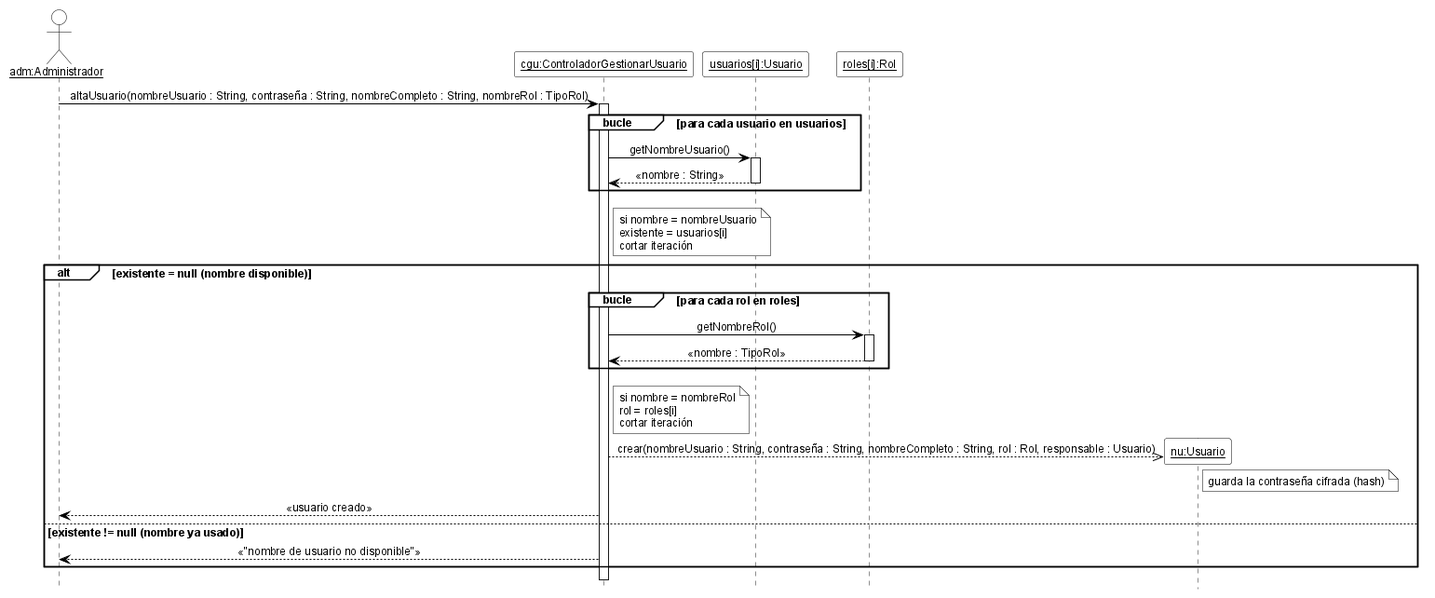
cirotop/Stock-Project keeps this PlantUML diagram as 08-Diagrama De Secuencia/DSD_CU-02_altaUsuario.png. Above is the earlier version.
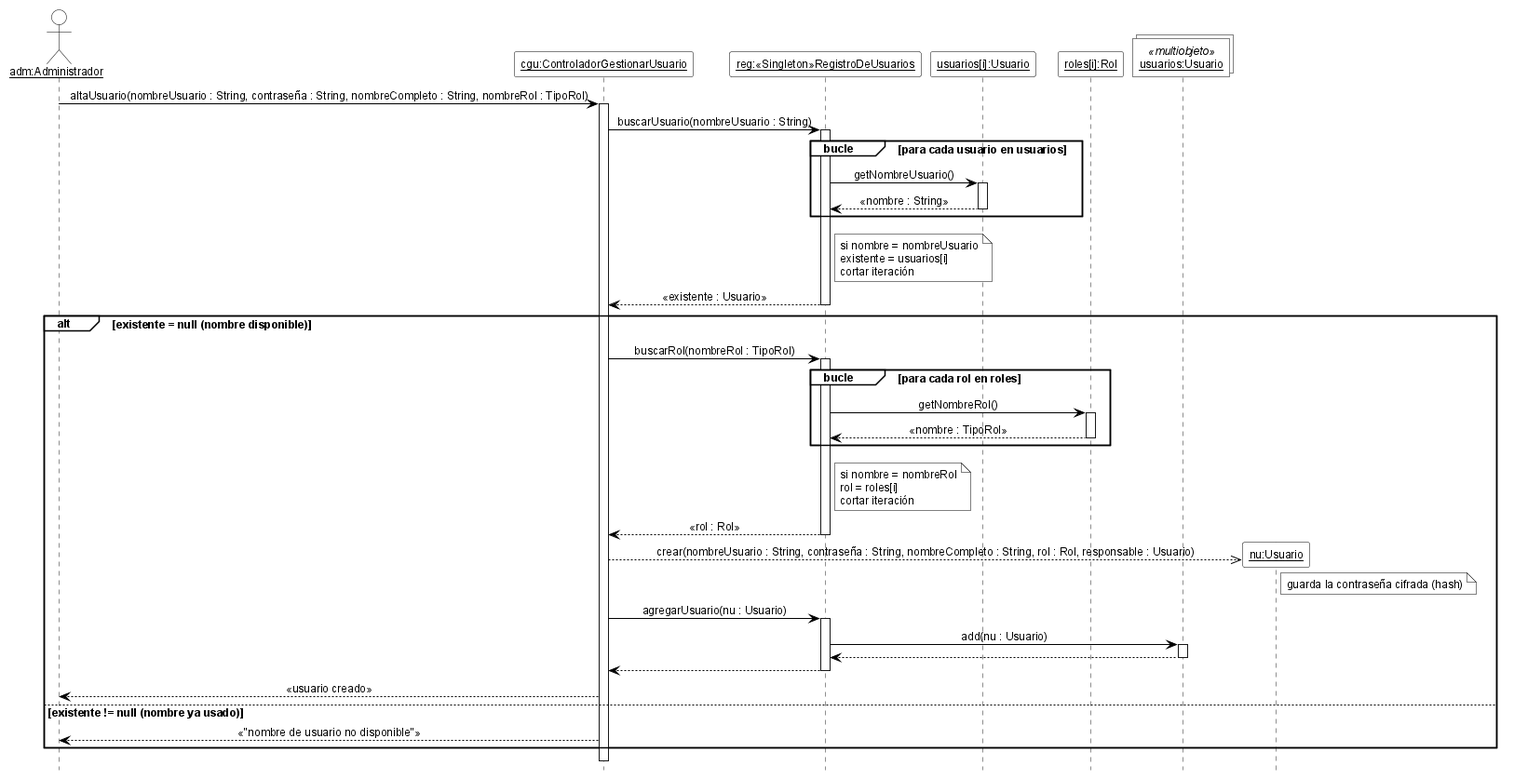
After the change.

What changed in the source:
```diff
@@ -7,6 +7,8 @@
 skinparam ArrowColor black
 skinparam ParticipantBackgroundColor white
 skinparam ParticipantBorderColor black
+skinparam CollectionsBackgroundColor white
+skinparam CollectionsBorderColor black
 skinparam ActorBackgroundColor white
 skinparam ActorBorderColor black
 skinparam LifeLineBorderColor black
@@ -19,32 +21,42 @@
 
 actor "<u>adm:Administrador</u>" as adm
 participant "<u>cgu:ControladorGestionarUsuario</u>" as cgu
+participant "<u>reg:«Singleton»RegistroDeUsuarios</u>" as reg
 participant "<u>usuarios[i]:Usuario</u>" as ui
 participant "<u>roles[i]:Rol</u>" as ri
+collections "<u>usuarios:Usuario</u>" as mu <<multiobjeto>>
 
 adm -> cgu ++ : altaUsuario(nombreUsuario : String, contraseña : String, nombreCompleto : String, nombreRol : TipoRol)
+cgu -> reg ++ : buscarUsuario(nombreUsuario : String)
 group bucle [para cada usuario en usuarios]
-  cgu -> ui ++ : getNombreUsuario()
-  ui --> cgu -- : «nombre : String»
+  reg -> ui ++ : getNombreUsuario()
+  ui --> reg -- : «nombre : String»
 end
-note right of cgu
+note right of reg
   si nombre = nombreUsuario
   existente = usuarios[i]
   cortar iteración
 end note
+reg --> cgu -- : «existente : Usuario»
 alt existente = null (nombre disponible)
+  cgu -> reg ++ : buscarRol(nombreRol : TipoRol)
   group bucle [para cada rol en roles]
-    cgu -> ri ++ : getNombreRol()
-    ri --> cgu -- : «nombre : TipoRol»
+    reg -> ri ++ : getNombreRol()
+    ri --> reg -- : «nombre : TipoRol»
   end
-  note right of cgu
+  note right of reg
     si nombre = nombreRol
     rol = roles[i]
     cortar iteración
   end note
+  reg --> cgu -- : «rol : Rol»
   create participant "<u>nu:Usuario</u>" as nu
   cgu -->> nu : crear(nombreUsuario : String, contraseña : String, nombreCompleto : String, rol : Rol, responsable : Usuario)
   note right of nu : guarda la contraseña cifrada (hash)
+  cgu -> reg ++ : agregarUsuario(nu : Usuario)
+  reg -> mu ++ : add(nu : Usuario)
+  mu --> reg --
+  reg --> cgu --
   cgu --> adm : «usuario creado»
 else existente != null (nombre ya usado)
   cgu --> adm : «"nombre de usuario no disponible"»
```
